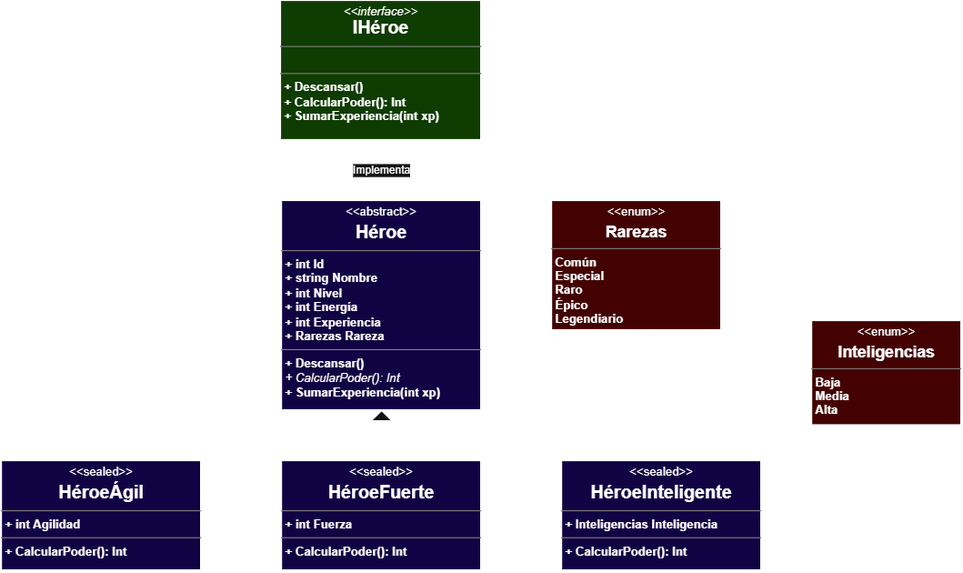
Before: Gestión Empresa Héroes/Gestion/Images/Diagrama de Clases.png, a diagram exported from draw.io (nicolasorteg/Gestion-Heroes). Source tidied: cells renumbered, new cells last; positions are measured from the earlier drawing's top-left corner, leaving out a move shared by most shapes.
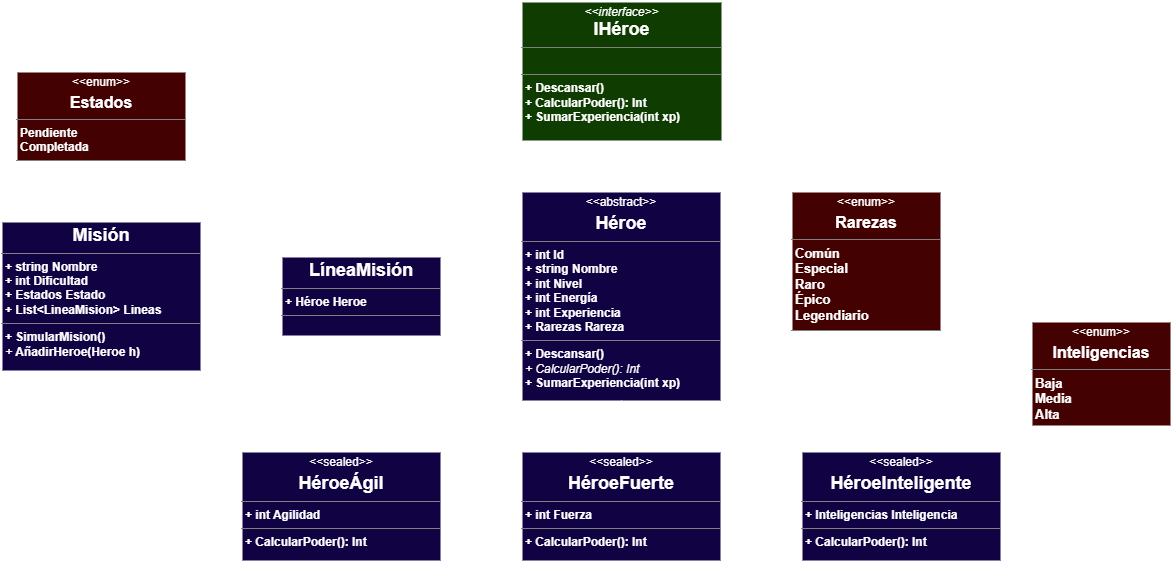
After the commit.

Commit message:
ampliacion diagrama de clases

What changed in the source:
```diff
@@ -6,15 +6,12 @@
       <mxGeometry x="280" y="200" width="200" height="210" as="geometry" />
     </mxCell>
     <mxCell id="3" value="&lt;p style=&quot;margin:0px;margin-top:4px;text-align:center;&quot;&gt;&lt;i&gt;&amp;lt;&amp;lt;interface&amp;gt;&amp;gt;&lt;/i&gt;&lt;br&gt;&lt;b&gt;&lt;font style=&quot;font-size: 18px;&quot;&gt;IHéroe&lt;/font&gt;&lt;/b&gt;&lt;/p&gt;&lt;hr size=&quot;1&quot; style=&quot;border-style:solid;&quot;&gt;&lt;p style=&quot;margin:0px;margin-left:4px;&quot;&gt;&lt;br&gt;&lt;/p&gt;&lt;hr size=&quot;1&quot; style=&quot;border-style:solid;&quot;&gt;&lt;p style=&quot;margin:0px;margin-left:4px;&quot;&gt;&lt;b&gt;+ Descansar()&lt;/b&gt;&lt;/p&gt;&lt;p style=&quot;margin:0px;margin-left:4px;&quot;&gt;&lt;b&gt;+ CalcularPoder(): Int&lt;/b&gt;&lt;/p&gt;&lt;p style=&quot;margin:0px;margin-left:4px;&quot;&gt;&lt;b&gt;+ SumarExperiencia(int xp)&lt;/b&gt;&lt;/p&gt;" style="verticalAlign=top;align=left;overflow=fill;html=1;whiteSpace=wrap;fillColor=light-dark(#FFFFFF,#0F3C00);strokeWidth=2;" parent="1" vertex="1">
-      <mxGeometry x="279" width="201" height="140" as="geometry" />
+      <mxGeometry x="280" y="10" width="201" height="140" as="geometry" />
     </mxCell>
-    <mxCell id="4" value="&lt;p style=&quot;margin:0px;margin-top:4px;text-align:center;&quot;&gt;&amp;lt;&amp;lt;enum&amp;gt;&amp;gt;&lt;/p&gt;&lt;p style=&quot;margin:0px;margin-top:4px;text-align:center;&quot;&gt;&lt;font style=&quot;font-size: 16px;&quot;&gt;&lt;b style=&quot;&quot;&gt;Rarezas&lt;/b&gt;&lt;/font&gt;&lt;/p&gt;&lt;hr size=&quot;1&quot; style=&quot;border-style:solid;&quot;&gt;&lt;p style=&quot;margin:0px;margin-left:4px;&quot;&gt;&lt;b&gt;Común&lt;/b&gt;&lt;/p&gt;&lt;p style=&quot;margin:0px;margin-left:4px;&quot;&gt;&lt;b&gt;Especial&lt;/b&gt;&lt;/p&gt;&lt;p style=&quot;margin:0px;margin-left:4px;&quot;&gt;&lt;b&gt;Raro&lt;/b&gt;&lt;/p&gt;&lt;p style=&quot;margin:0px;margin-left:4px;&quot;&gt;&lt;b&gt;Épico&lt;/b&gt;&lt;/p&gt;&lt;p style=&quot;margin:0px;margin-left:4px;&quot;&gt;&lt;b&gt;Legendiario&lt;/b&gt;&lt;/p&gt;&lt;hr size=&quot;1&quot; style=&quot;border-style:solid;&quot;&gt;&lt;p style=&quot;margin:0px;margin-left:4px;&quot;&gt;&lt;br&gt;&lt;/p&gt;" style="verticalAlign=top;align=left;overflow=fill;html=1;whiteSpace=wrap;strokeWidth=2;fillColor=light-dark(#FFFFFF,#430101);" parent="1" vertex="1">
-      <mxGeometry x="550" y="200" width="170" height="130" as="geometry" />
+    <mxCell id="4" value="&lt;p style=&quot;margin:0px;margin-top:4px;text-align:center;&quot;&gt;&amp;lt;&amp;lt;enum&amp;gt;&amp;gt;&lt;/p&gt;&lt;p style=&quot;margin:0px;margin-top:4px;text-align:center;&quot;&gt;&lt;font style=&quot;font-size: 16px;&quot;&gt;&lt;b style=&quot;&quot;&gt;Rarezas&lt;/b&gt;&lt;/font&gt;&lt;/p&gt;&lt;hr size=&quot;1&quot; style=&quot;border-style:solid;&quot;&gt;&lt;p style=&quot;margin:0px;margin-left:4px;&quot;&gt;&lt;b&gt;&lt;font style=&quot;font-size: 13px;&quot;&gt;Común&lt;/font&gt;&lt;/b&gt;&lt;/p&gt;&lt;p style=&quot;margin:0px;margin-left:4px;&quot;&gt;&lt;b&gt;&lt;font style=&quot;font-size: 13px;&quot;&gt;Especial&lt;/font&gt;&lt;/b&gt;&lt;/p&gt;&lt;p style=&quot;margin:0px;margin-left:4px;&quot;&gt;&lt;b&gt;&lt;font style=&quot;font-size: 13px;&quot;&gt;Raro&lt;/font&gt;&lt;/b&gt;&lt;/p&gt;&lt;p style=&quot;margin:0px;margin-left:4px;&quot;&gt;&lt;b&gt;&lt;font style=&quot;font-size: 13px;&quot;&gt;Épico&lt;/font&gt;&lt;/b&gt;&lt;/p&gt;&lt;p style=&quot;margin:0px;margin-left:4px;&quot;&gt;&lt;b&gt;&lt;font style=&quot;font-size: 13px;&quot;&gt;Legendiario&lt;/font&gt;&lt;/b&gt;&lt;/p&gt;&lt;hr size=&quot;1&quot; style=&quot;border-style:solid;&quot;&gt;&lt;p style=&quot;margin:0px;margin-left:4px;&quot;&gt;&lt;br&gt;&lt;/p&gt;" style="verticalAlign=top;align=left;overflow=fill;html=1;whiteSpace=wrap;strokeWidth=2;fillColor=light-dark(#FFFFFF,#430101);" parent="1" vertex="1">
+      <mxGeometry x="550" y="200" width="150" height="140" as="geometry" />
     </mxCell>
-    <mxCell id="5" style="edgeStyle=orthogonalEdgeStyle;rounded=0;jettySize=auto;html=1;entryX=0.997;entryY=0.306;entryDx=0;entryDy=0;entryPerimeter=0;" parent="1" edge="1" source="4" target="2">
-      <mxGeometry relative="1" as="geometry" />
-    </mxCell>
-    <mxCell id="6" value="Implementa" style="endArrow=open;endSize=12;dashed=1;html=1;rounded=0;entryX=0.5;entryY=1;entryDx=0;entryDy=0;exitX=0.5;exitY=0;exitDx=0;exitDy=0;" parent="1" edge="1" source="2" target="3">
+    <mxCell id="6" style="endArrow=open;endSize=12;dashed=1;html=1;rounded=0;entryX=0.5;entryY=1;entryDx=0;entryDy=0;exitX=0.5;exitY=0;exitDx=0;exitDy=0;strokeWidth=2;" parent="1" edge="1" source="2" target="3">
       <mxGeometry relative="1" as="geometry" />
     </mxCell>
     <mxCell id="7" value="&lt;p style=&quot;margin:0px;margin-top:4px;text-align:center;&quot;&gt;&amp;lt;&amp;lt;sealed&amp;gt;&amp;gt;&lt;/p&gt;&lt;p style=&quot;margin:0px;margin-top:4px;text-align:center;&quot;&gt;&lt;font style=&quot;font-size: 18px;&quot;&gt;&lt;b&gt;HéroeÁgil&lt;/b&gt;&lt;/font&gt;&lt;/p&gt;&lt;hr size=&quot;1&quot; style=&quot;border-style:solid;&quot;&gt;&lt;p style=&quot;margin:0px;margin-left:4px;&quot;&gt;&lt;b&gt;+ int Agilidad&lt;br&gt;&lt;/b&gt;&lt;/p&gt;&lt;hr size=&quot;1&quot; style=&quot;border-style:solid;&quot;&gt;&lt;p style=&quot;margin:0px;margin-left:4px;&quot;&gt;&lt;b&gt;+ CalcularPoder(): Int&lt;/b&gt;&lt;/p&gt;" style="verticalAlign=top;align=left;overflow=fill;html=1;whiteSpace=wrap;strokeWidth=2;fillColor=light-dark(#FFFFFF,#110343);" parent="1" vertex="1">
@@ -26,48 +23,81 @@
     <mxCell id="9" value="&lt;p style=&quot;margin:0px;margin-top:4px;text-align:center;&quot;&gt;&amp;lt;&amp;lt;sealed&amp;gt;&amp;gt;&lt;/p&gt;&lt;p style=&quot;margin:0px;margin-top:4px;text-align:center;&quot;&gt;&lt;font style=&quot;font-size: 18px;&quot;&gt;&lt;b&gt;HéroeFuerte&lt;/b&gt;&lt;/font&gt;&lt;/p&gt;&lt;hr size=&quot;1&quot; style=&quot;border-style:solid;&quot;&gt;&lt;p style=&quot;margin:0px;margin-left:4px;&quot;&gt;&lt;b&gt;+ int Fuerza&lt;br&gt;&lt;/b&gt;&lt;/p&gt;&lt;hr size=&quot;1&quot; style=&quot;border-style:solid;&quot;&gt;&lt;p style=&quot;margin:0px;margin-left:4px;&quot;&gt;&lt;b&gt;+ CalcularPoder(): Int&lt;/b&gt;&lt;/p&gt;" style="verticalAlign=top;align=left;overflow=fill;html=1;whiteSpace=wrap;strokeWidth=2;fillColor=light-dark(#FFFFFF,#110343);" parent="1" vertex="1">
       <mxGeometry x="280" y="460" width="200" height="110" as="geometry" />
     </mxCell>
-    <mxCell id="10" value="&lt;p style=&quot;margin:0px;margin-top:4px;text-align:center;&quot;&gt;&amp;lt;&amp;lt;enum&amp;gt;&amp;gt;&lt;/p&gt;&lt;p style=&quot;margin:0px;margin-top:4px;text-align:center;&quot;&gt;&lt;font style=&quot;font-size: 16px;&quot;&gt;&lt;b style=&quot;&quot;&gt;Inteligencias&lt;/b&gt;&lt;/font&gt;&lt;/p&gt;&lt;hr size=&quot;1&quot; style=&quot;border-style:solid;&quot;&gt;&lt;p style=&quot;margin:0px;margin-left:4px;&quot;&gt;&lt;b&gt;Baja&lt;/b&gt;&lt;/p&gt;&lt;p style=&quot;margin:0px;margin-left:4px;&quot;&gt;&lt;b&gt;Media&lt;/b&gt;&lt;/p&gt;&lt;p style=&quot;margin:0px;margin-left:4px;&quot;&gt;&lt;b&gt;Alta&lt;/b&gt;&lt;/p&gt;&lt;p style=&quot;margin:0px;margin-left:4px;&quot;&gt;&lt;b&gt;&lt;br&gt;&lt;/b&gt;&lt;/p&gt;&lt;p style=&quot;margin:0px;margin-left:4px;&quot;&gt;&lt;b&gt;&lt;br&gt;&lt;/b&gt;&lt;/p&gt;&lt;hr size=&quot;1&quot; style=&quot;border-style:solid;&quot;&gt;&lt;p style=&quot;margin:0px;margin-left:4px;&quot;&gt;&lt;br&gt;&lt;/p&gt;" style="verticalAlign=top;align=left;overflow=fill;html=1;whiteSpace=wrap;strokeWidth=2;fillColor=light-dark(#FFFFFF,#430101);" parent="1" vertex="1">
-      <mxGeometry x="810" y="320" width="150" height="105" as="geometry" />
+    <mxCell id="10" value="&lt;p style=&quot;margin:0px;margin-top:4px;text-align:center;&quot;&gt;&amp;lt;&amp;lt;enum&amp;gt;&amp;gt;&lt;/p&gt;&lt;p style=&quot;margin:0px;margin-top:4px;text-align:center;&quot;&gt;&lt;font style=&quot;font-size: 16px;&quot;&gt;&lt;b style=&quot;&quot;&gt;Inteligencias&lt;/b&gt;&lt;/font&gt;&lt;/p&gt;&lt;hr size=&quot;1&quot; style=&quot;border-style:solid;&quot;&gt;&lt;p style=&quot;margin:0px;margin-left:4px;&quot;&gt;&lt;b&gt;&lt;font style=&quot;font-size: 13px;&quot;&gt;Baja&lt;/font&gt;&lt;/b&gt;&lt;/p&gt;&lt;p style=&quot;margin:0px;margin-left:4px;&quot;&gt;&lt;b&gt;&lt;font style=&quot;font-size: 13px;&quot;&gt;Media&lt;/font&gt;&lt;/b&gt;&lt;/p&gt;&lt;p style=&quot;margin:0px;margin-left:4px;&quot;&gt;&lt;b&gt;&lt;font style=&quot;font-size: 13px;&quot;&gt;Alta&lt;/font&gt;&lt;/b&gt;&lt;/p&gt;&lt;p style=&quot;margin:0px;margin-left:4px;&quot;&gt;&lt;b&gt;&lt;br&gt;&lt;/b&gt;&lt;/p&gt;&lt;p style=&quot;margin:0px;margin-left:4px;&quot;&gt;&lt;b&gt;&lt;br&gt;&lt;/b&gt;&lt;/p&gt;&lt;hr size=&quot;1&quot; style=&quot;border-style:solid;&quot;&gt;&lt;p style=&quot;margin:0px;margin-left:4px;&quot;&gt;&lt;br&gt;&lt;/p&gt;" style="verticalAlign=top;align=left;overflow=fill;html=1;whiteSpace=wrap;strokeWidth=2;fillColor=light-dark(#FFFFFF,#430101);" parent="1" vertex="1">
+      <mxGeometry x="790" y="330" width="140" height="105" as="geometry" />
     </mxCell>
-    <mxCell id="11" style="edgeStyle=orthogonalEdgeStyle;rounded=0;jettySize=auto;html=1;entryX=0.997;entryY=0.306;entryDx=0;entryDy=0;entryPerimeter=0;" parent="1" edge="1" source="10">
+    <mxCell id="11" style="edgeStyle=orthogonalEdgeStyle;rounded=0;jettySize=auto;html=1;entryX=0.997;entryY=0.306;entryDx=0;entryDy=0;entryPerimeter=0;strokeWidth=2;" parent="1" edge="1" source="10">
       <mxGeometry relative="1" as="geometry">
         <mxPoint x="760" y="509" as="targetPoint" />
         <Array as="points">
-          <mxPoint x="790" y="372" />
-          <mxPoint x="790" y="509" />
+          <mxPoint x="780" y="372" />
+          <mxPoint x="780" y="509" />
         </Array>
       </mxGeometry>
     </mxCell>
-    <mxCell id="12" style="endArrow=none;html=1;rounded=0;entryX=0.5;entryY=0;entryDx=0;entryDy=0;" parent="1" edge="1" target="7">
+    <mxCell id="12" style="endArrow=none;html=1;rounded=0;entryX=0.5;entryY=0;entryDx=0;entryDy=0;strokeWidth=2;" parent="1" edge="1" target="7">
       <mxGeometry relative="1" as="geometry">
         <mxPoint x="100" y="440" as="sourcePoint" />
       </mxGeometry>
     </mxCell>
-    <mxCell id="13" style="endArrow=none;html=1;rounded=0;entryX=0.5;entryY=0;entryDx=0;entryDy=0;" parent="1" edge="1">
+    <mxCell id="13" style="endArrow=none;html=1;rounded=0;entryX=0.5;entryY=0;entryDx=0;entryDy=0;strokeWidth=2;" parent="1" edge="1">
       <mxGeometry relative="1" as="geometry">
         <mxPoint x="379.8" y="440" as="sourcePoint" />
         <mxPoint x="379.8" y="460" as="targetPoint" />
       </mxGeometry>
     </mxCell>
-    <mxCell id="14" style="endArrow=none;html=1;rounded=0;entryX=0.5;entryY=0;entryDx=0;entryDy=0;" parent="1" edge="1">
+    <mxCell id="14" style="endArrow=none;html=1;rounded=0;entryX=0.5;entryY=0;entryDx=0;entryDy=0;strokeWidth=2;" parent="1" edge="1">
       <mxGeometry relative="1" as="geometry">
         <mxPoint x="659.4" y="440" as="sourcePoint" />
         <mxPoint x="659.4" y="460" as="targetPoint" />
       </mxGeometry>
     </mxCell>
-    <mxCell id="15" style="endArrow=none;html=1;rounded=0;" parent="1" edge="1">
+    <mxCell id="15" style="endArrow=none;html=1;rounded=0;strokeWidth=2;" parent="1" edge="1">
       <mxGeometry relative="1" as="geometry">
         <mxPoint x="100" y="440" as="sourcePoint" />
         <mxPoint x="660" y="440" as="targetPoint" />
       </mxGeometry>
     </mxCell>
-    <mxCell id="16" style="endArrow=none;html=1;rounded=0;entryX=0;entryY=0.5;entryDx=0;entryDy=0;" parent="1" edge="1" target="17">
+    <mxCell id="16" style="endArrow=none;html=1;rounded=0;entryX=0;entryY=0.5;entryDx=0;entryDy=0;strokeWidth=2;" parent="1" edge="1" target="17">
       <mxGeometry relative="1" as="geometry">
         <mxPoint x="380" y="440" as="sourcePoint" />
       </mxGeometry>
     </mxCell>
-    <mxCell id="17" style="triangle;whiteSpace=wrap;html=1;rotation=-90;" parent="1" vertex="1">
+    <mxCell id="17" style="triangle;whiteSpace=wrap;html=1;rotation=-90;strokeWidth=2;fillColor=light-dark(#FFFFFF,#FFFFFF);" parent="1" vertex="1">
       <mxGeometry x="375.1" y="405" width="9.8" height="20" as="geometry" />
     </mxCell>
+    <mxCell id="18" value="&lt;p style=&quot;margin:0px;margin-top:4px;text-align:center;&quot;&gt;&lt;b style=&quot;font-size: 18px; background-color: transparent; color: light-dark(rgb(0, 0, 0), rgb(255, 255, 255));&quot;&gt;Misión&lt;/b&gt;&lt;/p&gt;&lt;hr size=&quot;1&quot; style=&quot;border-style:solid;&quot;&gt;&lt;p style=&quot;margin:0px;margin-left:4px;&quot;&gt;&lt;b style=&quot;background-color: transparent; color: light-dark(rgb(0, 0, 0), rgb(255, 255, 255));&quot;&gt;+ string Nombre&lt;/b&gt;&lt;/p&gt;&lt;p style=&quot;margin:0px;margin-left:4px;&quot;&gt;&lt;b&gt;+ int Dificultad&lt;/b&gt;&lt;/p&gt;&lt;p style=&quot;margin:0px;margin-left:4px;&quot;&gt;&lt;b&gt;+ Estados Estado&lt;/b&gt;&lt;/p&gt;&lt;p style=&quot;margin:0px;margin-left:4px;&quot;&gt;&lt;b&gt;+ List&amp;lt;LineaMision&amp;gt; Lineas&lt;/b&gt;&lt;/p&gt;&lt;hr size=&quot;1&quot; style=&quot;border-style:solid;&quot;&gt;&lt;p style=&quot;margin:0px;margin-left:4px;&quot;&gt;&lt;b&gt;+ SimularMision()&lt;/b&gt;&lt;/p&gt;&lt;p style=&quot;margin:0px;margin-left:4px;&quot;&gt;&lt;i&gt;+ &lt;/i&gt;&lt;b style=&quot;&quot;&gt;AñadirHeroe(Heroe h)&lt;/b&gt;&lt;/p&gt;&lt;p style=&quot;margin:0px;margin-left:4px;&quot;&gt;&lt;br&gt;&lt;/p&gt;" style="verticalAlign=top;align=left;overflow=fill;html=1;whiteSpace=wrap;strokeWidth=2;fillColor=light-dark(#FFFFFF,#110343);" parent="1" vertex="1">
+      <mxGeometry x="-240" y="230" width="200" height="150" as="geometry" />
+    </mxCell>
+    <mxCell id="19" value="&lt;p style=&quot;margin:0px;margin-top:4px;text-align:center;&quot;&gt;&lt;b style=&quot;font-size: 18px; background-color: transparent; color: light-dark(rgb(0, 0, 0), rgb(255, 255, 255));&quot;&gt;LíneaMisión&lt;/b&gt;&lt;/p&gt;&lt;hr size=&quot;1&quot; style=&quot;border-style:solid;&quot;&gt;&lt;p style=&quot;margin:0px;margin-left:4px;&quot;&gt;&lt;b&gt;+ Héroe Heroe&lt;br&gt;&lt;/b&gt;&lt;/p&gt;&lt;hr size=&quot;1&quot; style=&quot;border-style:solid;&quot;&gt;&lt;p style=&quot;margin:0px;margin-left:4px;&quot;&gt;&lt;br&gt;&lt;/p&gt;&lt;p style=&quot;margin:0px;margin-left:4px;&quot;&gt;&lt;br&gt;&lt;/p&gt;" style="verticalAlign=top;align=left;overflow=fill;html=1;whiteSpace=wrap;strokeWidth=2;fillColor=light-dark(#FFFFFF,#110343);" parent="1" vertex="1">
+      <mxGeometry x="40" y="265" width="160" height="80" as="geometry" />
+    </mxCell>
+    <mxCell id="20" style="edgeStyle=orthogonalEdgeStyle;rounded=0;jettySize=auto;html=1;entryX=0.5;entryY=0;entryDx=0;entryDy=0;strokeWidth=2;" parent="1" edge="1" source="21" target="18">
+      <mxGeometry relative="1" as="geometry" />
+    </mxCell>
+    <mxCell id="21" value="&lt;p style=&quot;margin:0px;margin-top:4px;text-align:center;&quot;&gt;&amp;lt;&amp;lt;enum&amp;gt;&amp;gt;&lt;/p&gt;&lt;p style=&quot;margin:0px;margin-top:4px;text-align:center;&quot;&gt;&lt;font style=&quot;font-size: 16px;&quot;&gt;&lt;b style=&quot;&quot;&gt;Estados&lt;/b&gt;&lt;/font&gt;&lt;/p&gt;&lt;hr size=&quot;1&quot; style=&quot;border-style:solid;&quot;&gt;&lt;p style=&quot;margin:0px;margin-left:4px;&quot;&gt;&lt;b&gt;Pendiente&lt;/b&gt;&lt;/p&gt;&lt;p style=&quot;margin:0px;margin-left:4px;&quot;&gt;&lt;b&gt;Completada&lt;/b&gt;&lt;/p&gt;&lt;hr size=&quot;1&quot; style=&quot;border-style:solid;&quot;&gt;&lt;p style=&quot;margin:0px;margin-left:4px;&quot;&gt;&lt;br&gt;&lt;/p&gt;" style="verticalAlign=top;align=left;overflow=fill;html=1;whiteSpace=wrap;strokeWidth=2;fillColor=light-dark(#FFFFFF,#430101);" parent="1" vertex="1">
+      <mxGeometry x="-225" y="80" width="170" height="90" as="geometry" />
+    </mxCell>
+    <mxCell id="22" style="rhombus;whiteSpace=wrap;html=1;fillColor=light-dark(#FFFFFF,#FFFFFF);" parent="1" vertex="1">
+      <mxGeometry x="-40" y="295" width="20" height="20" as="geometry" />
+    </mxCell>
+    <mxCell id="23" style="endArrow=none;html=1;rounded=0;exitX=1;exitY=0.5;exitDx=0;exitDy=0;entryX=0;entryY=0.5;entryDx=0;entryDy=0;strokeWidth=2;" parent="1" edge="1" source="22" target="19">
+      <mxGeometry relative="1" as="geometry" />
+    </mxCell>
+    <mxCell id="24" value="&lt;b&gt;&lt;font style=&quot;font-size: 20px;&quot;&gt;*&lt;/font&gt;&lt;/b&gt;" style="text;html=1;whiteSpace=wrap;strokeColor=none;fillColor=none;align=center;verticalAlign=middle;rounded=0;" parent="1" vertex="1">
+      <mxGeometry x="10" y="275" width="30" height="45" as="geometry" />
+    </mxCell>
+    <mxCell id="25" style="rhombus;whiteSpace=wrap;html=1;fillColor=light-dark(#FFFFFF,#FFFFFF);" parent="1" vertex="1">
+      <mxGeometry x="259" y="295" width="20" height="20" as="geometry" />
+    </mxCell>
+    <mxCell id="26" style="endArrow=none;html=1;rounded=0;exitX=1;exitY=0.5;exitDx=0;exitDy=0;entryX=1;entryY=0.5;entryDx=0;entryDy=0;strokeWidth=2;" parent="1" edge="1" source="25" target="19">
+      <mxGeometry relative="1" as="geometry" />
+    </mxCell>
+    <mxCell id="27" value="&lt;b&gt;&lt;font style=&quot;font-size: 20px;&quot;&gt;*&lt;/font&gt;&lt;/b&gt;" style="text;html=1;whiteSpace=wrap;strokeColor=none;fillColor=none;align=center;verticalAlign=middle;rounded=0;" parent="1" vertex="1">
+      <mxGeometry x="200" y="275" width="30" height="45" as="geometry" />
+    </mxCell>
+    <mxCell id="5" style="edgeStyle=orthogonalEdgeStyle;rounded=0;jettySize=auto;html=1;entryX=1.003;entryY=0.336;entryDx=0;entryDy=0;entryPerimeter=0;strokeWidth=2;" parent="1" edge="1" source="4" target="2">
+      <mxGeometry relative="1" as="geometry" />
+    </mxCell>
   </root>
 </mxGraphModel>
```
